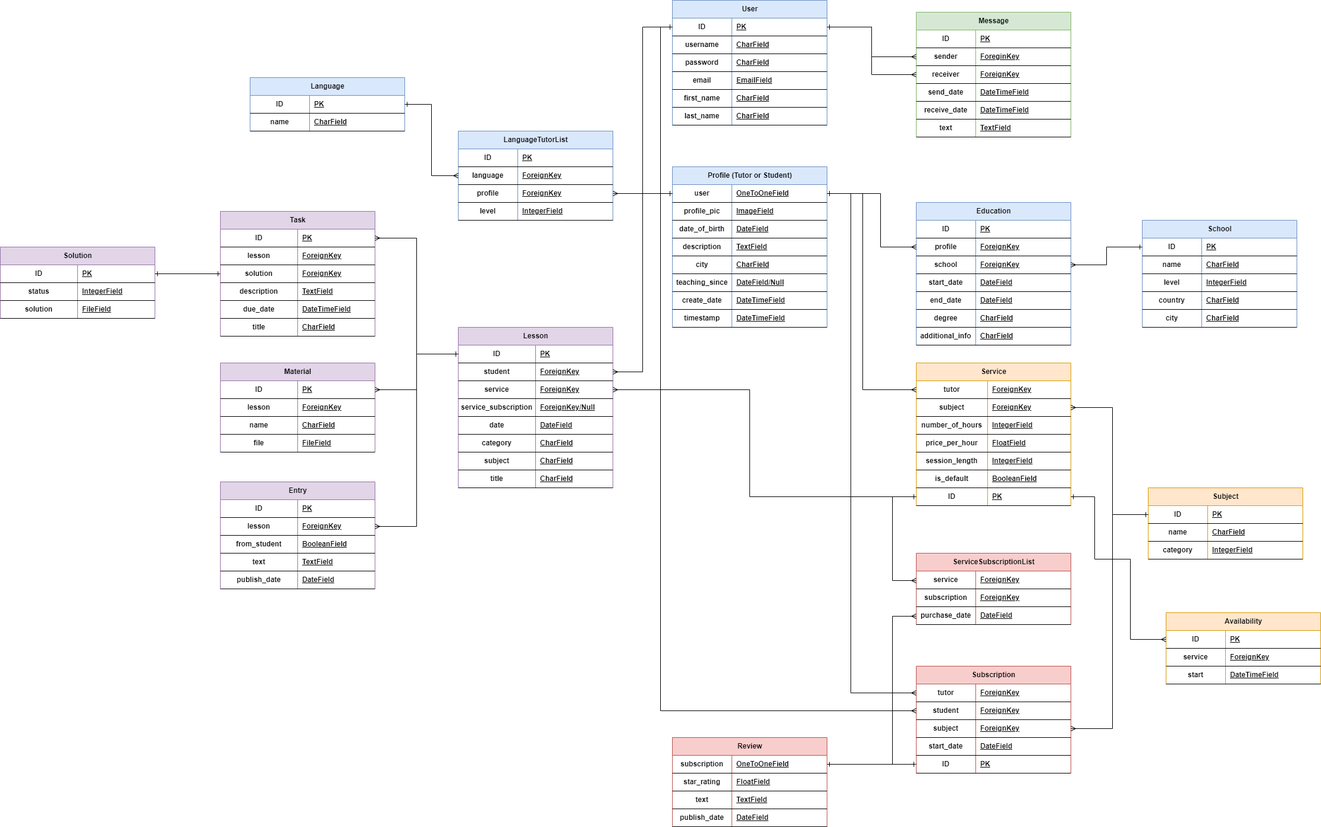
This is docs/db-diagram.png from maciej185/tutoring-app, a draw.io export, as it was before one commit. Source tidied: cells renumbered, new cells last; positions are measured from the earlier drawing's top-left corner, leaving out a move shared by most shapes.
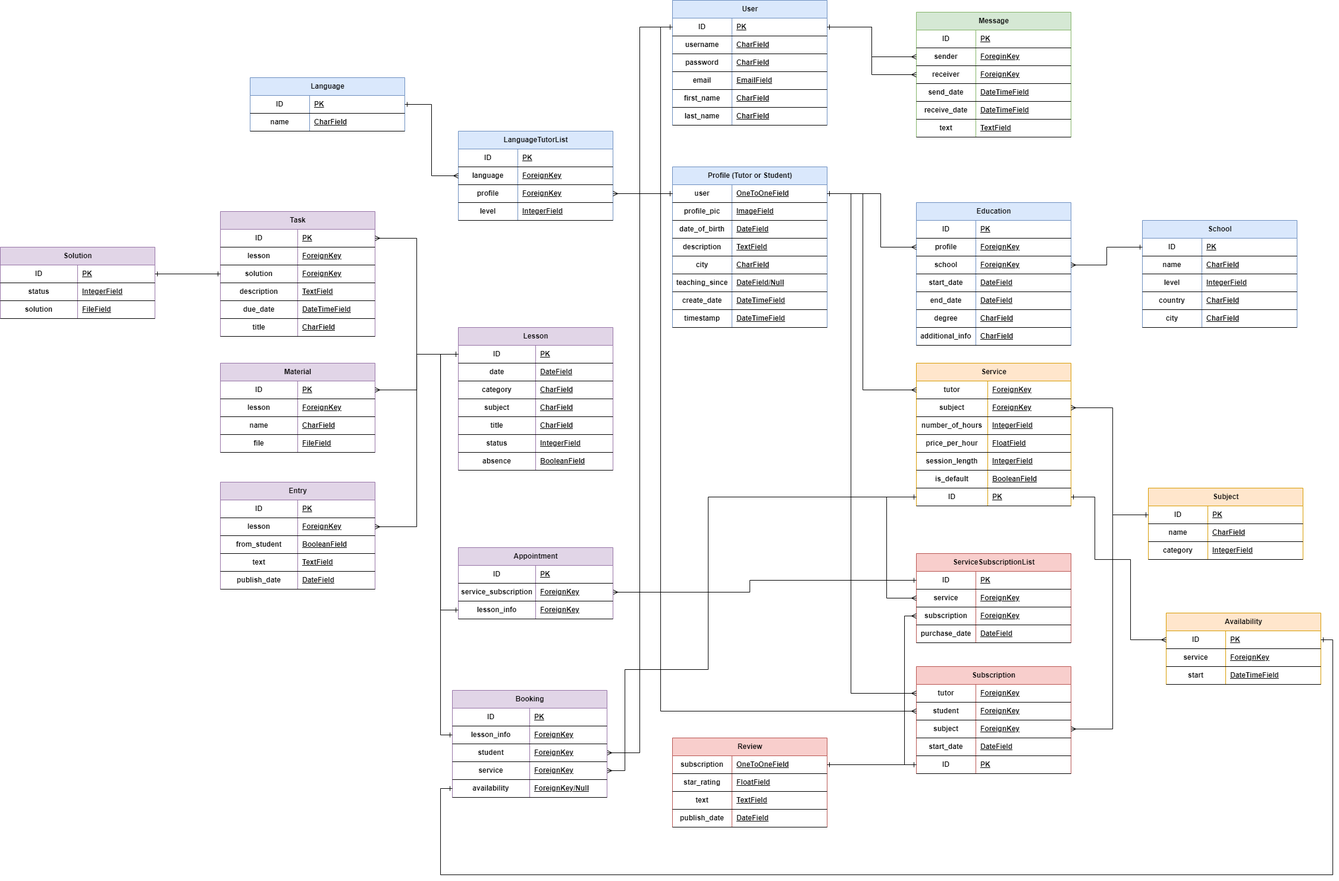
After the commit.

What changed in the source:
```diff
@@ -483,6 +483,15 @@
     <mxCell id="153" value="ServiceSubscriptionList" style="shape=table;startSize=30;rowLines=0;fontStyle=1;align=center;html=1;fillColor=#f8cecc;strokeColor=#b85450;" parent="1" vertex="1">
-      <mxGeometry x="1540" y="930" width="260" height="120" as="geometry" />
+      <mxGeometry x="1540" y="930" width="260" height="150" as="geometry" />
     </mxCell>
+    <mxCell id="309" style="shape=tableRow;horizontal=0;startSize=0;swimlaneHead=0;swimlaneBody=0;fillColor=none;points=[[0,0.5],[1,0.5]];portConstraint=eastwest;top=0;left=0;right=0;bottom=1;" parent="153" vertex="1">
+      <mxGeometry y="30" width="260" height="30" as="geometry" />
+    </mxCell>
+    <mxCell id="310" value="ID" style="shape=partialRectangle;fillColor=none;top=0;left=0;bottom=0;right=0;fontStyle=1;overflow=hidden;whiteSpace=wrap;html=1;" parent="309" vertex="1">
+      <mxGeometry width="100" height="30" as="geometry" />
+    </mxCell>
+    <mxCell id="311" value="PK" style="shape=partialRectangle;fillColor=none;top=0;left=0;bottom=0;right=0;align=left;spacingLeft=6;fontStyle=5;overflow=hidden;whiteSpace=wrap;html=1;" parent="309" vertex="1">
+      <mxGeometry x="100" width="160" height="30" as="geometry" />
+    </mxCell>
     <mxCell id="154" style="shape=tableRow;horizontal=0;startSize=0;swimlaneHead=0;swimlaneBody=0;fillColor=none;points=[[0,0.5],[1,0.5]];portConstraint=eastwest;top=0;left=0;right=0;bottom=1;" parent="153" vertex="1">
-      <mxGeometry y="30" width="260" height="30" as="geometry" />
+      <mxGeometry y="60" width="260" height="30" as="geometry" />
     </mxCell>
@@ -495,3 +504,3 @@
     <mxCell id="157" style="shape=tableRow;horizontal=0;startSize=0;swimlaneHead=0;swimlaneBody=0;fillColor=none;points=[[0,0.5],[1,0.5]];portConstraint=eastwest;top=0;left=0;right=0;bottom=1;" parent="153" vertex="1">
-      <mxGeometry y="60" width="260" height="30" as="geometry" />
+      <mxGeometry y="90" width="260" height="30" as="geometry" />
     </mxCell>
@@ -504,3 +513,3 @@
     <mxCell id="160" style="shape=tableRow;horizontal=0;startSize=0;swimlaneHead=0;swimlaneBody=0;fillColor=none;points=[[0,0.5],[1,0.5]];portConstraint=eastwest;top=0;left=0;right=0;bottom=1;" parent="153" vertex="1">
-      <mxGeometry y="90" width="260" height="30" as="geometry" />
+      <mxGeometry y="120" width="260" height="30" as="geometry" />
     </mxCell>
@@ -515,5 +524,4 @@
         <Array as="points">
-          <mxPoint x="1500" y="835" />
-          <mxPoint x="1500" y="976" />
-          <mxPoint x="1540" y="976" />
+          <mxPoint x="1490" y="835" />
+          <mxPoint x="1490" y="1005" />
         </Array>
@@ -521,13 +529,4 @@
     </mxCell>
-    <mxCell id="164" style="edgeStyle=orthogonalEdgeStyle;rounded=0;jettySize=auto;html=1;exitX=0;exitY=0.5;exitDx=0;exitDy=0;entryX=0;entryY=0.5;entryDx=0;entryDy=0;startArrow=ERone;startFill=0;endArrow=ERmany;endFill=0;" parent="1" edge="1" source="100" target="160">
-      <mxGeometry relative="1" as="geometry">
-        <Array as="points">
-          <mxPoint x="1500" y="1285" />
-          <mxPoint x="1500" y="1036" />
-          <mxPoint x="1540" y="1036" />
-        </Array>
-      </mxGeometry>
-    </mxCell>
     <mxCell id="165" value="Lesson" style="shape=table;startSize=30;rowLines=0;fontStyle=1;align=center;html=1;fillColor=#e1d5e7;strokeColor=#9673a6;" parent="1" vertex="1">
-      <mxGeometry x="770" y="550" width="260" height="270" as="geometry" />
+      <mxGeometry x="770" y="550" width="260" height="240" as="geometry" />
     </mxCell>
@@ -542,31 +541,4 @@
     </mxCell>
-    <mxCell id="169" style="shape=tableRow;horizontal=0;startSize=0;swimlaneHead=0;swimlaneBody=0;fillColor=none;points=[[0,0.5],[1,0.5]];portConstraint=eastwest;top=0;left=0;right=0;bottom=1;" parent="165" vertex="1">
-      <mxGeometry y="60" width="260" height="30" as="geometry" />
-    </mxCell>
-    <mxCell id="170" value="student" style="shape=partialRectangle;fillColor=none;top=0;left=0;bottom=0;right=0;fontStyle=1;overflow=hidden;whiteSpace=wrap;html=1;" parent="169" vertex="1">
-      <mxGeometry width="130" height="30" as="geometry" />
-    </mxCell>
-    <mxCell id="171" value="ForeignKey" style="shape=partialRectangle;fillColor=none;top=0;left=0;bottom=0;right=0;align=left;spacingLeft=6;fontStyle=5;overflow=hidden;whiteSpace=wrap;html=1;" parent="169" vertex="1">
-      <mxGeometry x="130" width="130" height="30" as="geometry" />
-    </mxCell>
-    <mxCell id="172" style="shape=tableRow;horizontal=0;startSize=0;swimlaneHead=0;swimlaneBody=0;fillColor=none;points=[[0,0.5],[1,0.5]];portConstraint=eastwest;top=0;left=0;right=0;bottom=1;" parent="165" vertex="1">
-      <mxGeometry y="90" width="260" height="30" as="geometry" />
-    </mxCell>
-    <mxCell id="173" value="service" style="shape=partialRectangle;fillColor=none;top=0;left=0;bottom=0;right=0;fontStyle=1;overflow=hidden;whiteSpace=wrap;html=1;" parent="172" vertex="1">
-      <mxGeometry width="130" height="30" as="geometry" />
-    </mxCell>
-    <mxCell id="174" value="ForeignKey" style="shape=partialRectangle;fillColor=none;top=0;left=0;bottom=0;right=0;align=left;spacingLeft=6;fontStyle=5;overflow=hidden;whiteSpace=wrap;html=1;" parent="172" vertex="1">
-      <mxGeometry x="130" width="130" height="30" as="geometry" />
-    </mxCell>
-    <mxCell id="175" style="shape=tableRow;horizontal=0;startSize=0;swimlaneHead=0;swimlaneBody=0;fillColor=none;points=[[0,0.5],[1,0.5]];portConstraint=eastwest;top=0;left=0;right=0;bottom=1;" parent="165" vertex="1">
-      <mxGeometry y="120" width="260" height="30" as="geometry" />
-    </mxCell>
-    <mxCell id="176" value="service_subscription" style="shape=partialRectangle;fillColor=none;top=0;left=0;bottom=0;right=0;fontStyle=1;overflow=hidden;whiteSpace=wrap;html=1;" parent="175" vertex="1">
-      <mxGeometry width="130" height="30" as="geometry" />
-    </mxCell>
-    <mxCell id="177" value="ForeignKey/Null" style="shape=partialRectangle;fillColor=none;top=0;left=0;bottom=0;right=0;align=left;spacingLeft=6;fontStyle=5;overflow=hidden;whiteSpace=wrap;html=1;" parent="175" vertex="1">
-      <mxGeometry x="130" width="130" height="30" as="geometry" />
-    </mxCell>
     <mxCell id="178" style="shape=tableRow;horizontal=0;startSize=0;swimlaneHead=0;swimlaneBody=0;fillColor=none;top=0;left=0;right=0;bottom=1;" parent="165" vertex="1">
-      <mxGeometry y="150" width="260" height="30" as="geometry" />
+      <mxGeometry y="60" width="260" height="30" as="geometry" />
     </mxCell>
@@ -579,3 +551,3 @@
     <mxCell id="181" style="shape=tableRow;horizontal=0;startSize=0;swimlaneHead=0;swimlaneBody=0;fillColor=none;top=0;left=0;right=0;bottom=1;" parent="165" vertex="1">
-      <mxGeometry y="180" width="260" height="30" as="geometry" />
+      <mxGeometry y="90" width="260" height="30" as="geometry" />
     </mxCell>
@@ -588,3 +560,3 @@
     <mxCell id="184" style="shape=tableRow;horizontal=0;startSize=0;swimlaneHead=0;swimlaneBody=0;fillColor=none;top=0;left=0;right=0;bottom=1;" parent="165" vertex="1">
-      <mxGeometry y="210" width="260" height="30" as="geometry" />
+      <mxGeometry y="120" width="260" height="30" as="geometry" />
     </mxCell>
@@ -597,3 +569,3 @@
     <mxCell id="187" style="shape=tableRow;horizontal=0;startSize=0;swimlaneHead=0;swimlaneBody=0;fillColor=none;top=0;left=0;right=0;bottom=1;" parent="165" vertex="1">
-      <mxGeometry y="240" width="260" height="30" as="geometry" />
+      <mxGeometry y="150" width="260" height="30" as="geometry" />
     </mxCell>
@@ -605,6 +577,24 @@
     </mxCell>
+    <mxCell id="312" style="shape=tableRow;horizontal=0;startSize=0;swimlaneHead=0;swimlaneBody=0;fillColor=none;top=0;left=0;right=0;bottom=1;" parent="165" vertex="1">
+      <mxGeometry y="180" width="260" height="30" as="geometry" />
+    </mxCell>
+    <mxCell id="313" value="status" style="shape=partialRectangle;fillColor=none;top=0;left=0;bottom=0;right=0;fontStyle=1;overflow=hidden;whiteSpace=wrap;html=1;" parent="312" vertex="1">
+      <mxGeometry width="130" height="30" as="geometry" />
+    </mxCell>
+    <mxCell id="314" value="IntegerField" style="shape=partialRectangle;fillColor=none;top=0;left=0;bottom=0;right=0;align=left;spacingLeft=6;fontStyle=5;overflow=hidden;whiteSpace=wrap;html=1;" parent="312" vertex="1">
+      <mxGeometry x="130" width="130" height="30" as="geometry" />
+    </mxCell>
+    <mxCell id="315" style="shape=tableRow;horizontal=0;startSize=0;swimlaneHead=0;swimlaneBody=0;fillColor=none;top=0;left=0;right=0;bottom=1;" parent="165" vertex="1">
+      <mxGeometry y="210" width="260" height="30" as="geometry" />
+    </mxCell>
+    <mxCell id="316" value="absence" style="shape=partialRectangle;fillColor=none;top=0;left=0;bottom=0;right=0;fontStyle=1;overflow=hidden;whiteSpace=wrap;html=1;" parent="315" vertex="1">
+      <mxGeometry width="130" height="30" as="geometry" />
+    </mxCell>
+    <mxCell id="317" value="BooleanField" style="shape=partialRectangle;fillColor=none;top=0;left=0;bottom=0;right=0;align=left;spacingLeft=6;fontStyle=5;overflow=hidden;whiteSpace=wrap;html=1;" parent="315" vertex="1">
+      <mxGeometry x="130" width="130" height="30" as="geometry" />
+    </mxCell>
-    <mxCell id="190" style="edgeStyle=orthogonalEdgeStyle;rounded=0;jettySize=auto;html=1;exitX=0;exitY=0.5;exitDx=0;exitDy=0;entryX=1;entryY=0.5;entryDx=0;entryDy=0;startArrow=ERone;startFill=0;endArrow=ERmany;endFill=0;" parent="1" edge="1" source="3" target="169">
+    <mxCell id="190" style="edgeStyle=orthogonalEdgeStyle;rounded=0;jettySize=auto;html=1;exitX=0;exitY=0.5;exitDx=0;exitDy=0;entryX=1;entryY=0.5;entryDx=0;entryDy=0;startArrow=ERone;startFill=0;endArrow=ERmany;endFill=0;" parent="1" edge="1" source="3" target="327">
       <mxGeometry relative="1" as="geometry" />
     </mxCell>
-    <mxCell id="191" style="edgeStyle=orthogonalEdgeStyle;rounded=0;jettySize=auto;html=1;entryX=1;entryY=0.5;entryDx=0;entryDy=0;startArrow=ERone;startFill=0;endArrow=ERmany;endFill=0;" parent="1" edge="1" target="172">
+    <mxCell id="191" style="edgeStyle=orthogonalEdgeStyle;rounded=0;jettySize=auto;html=1;entryX=1;entryY=0.5;entryDx=0;entryDy=0;startArrow=ERone;startFill=0;endArrow=ERmany;endFill=0;" parent="1" edge="1" target="175">
       <mxGeometry relative="1" as="geometry">
@@ -612,4 +602,6 @@
         <Array as="points">
-          <mxPoint x="1260" y="835" />
-          <mxPoint x="1260" y="655" />
+          <mxPoint x="1190" y="835" />
+          <mxPoint x="1190" y="1125" />
+          <mxPoint x="1050" y="1125" />
+          <mxPoint x="1050" y="1295" />
         </Array>
@@ -975,2 +967,112 @@
     </mxCell>
+    <mxCell id="318" style="edgeStyle=orthogonalEdgeStyle;rounded=0;jettySize=auto;html=1;exitX=0;exitY=0.5;exitDx=0;exitDy=0;entryX=0;entryY=0.5;entryDx=0;entryDy=0;endArrow=ERmany;endFill=0;startArrow=ERone;startFill=0;" parent="1" edge="1" source="100" target="157">
+      <mxGeometry relative="1" as="geometry" />
+    </mxCell>
+    <mxCell id="319" style="edgeStyle=orthogonalEdgeStyle;rounded=0;jettySize=auto;html=1;exitX=0;exitY=0.5;exitDx=0;exitDy=0;entryX=1;entryY=0.5;entryDx=0;entryDy=0;endArrow=ERmany;endFill=0;startArrow=ERone;startFill=0;" parent="1" edge="1" source="309" target="338">
+      <mxGeometry relative="1" as="geometry">
+        <Array as="points">
+          <mxPoint x="1260" y="975" />
+          <mxPoint x="1260" y="995" />
+        </Array>
+      </mxGeometry>
+    </mxCell>
+    <mxCell id="320" value="Booking" style="shape=table;startSize=30;rowLines=0;fontStyle=1;align=center;html=1;fillColor=#e1d5e7;strokeColor=#9673a6;" parent="1" vertex="1">
+      <mxGeometry x="760" y="1160" width="260" height="180" as="geometry" />
+    </mxCell>
+    <mxCell id="321" style="shape=tableRow;horizontal=0;startSize=0;swimlaneHead=0;swimlaneBody=0;fillColor=none;top=0;left=0;right=0;bottom=1;" parent="320" vertex="1">
+      <mxGeometry y="30" width="260" height="30" as="geometry" />
+    </mxCell>
+    <mxCell id="322" value="ID" style="shape=partialRectangle;fillColor=none;top=0;left=0;bottom=0;right=0;fontStyle=1;overflow=hidden;whiteSpace=wrap;html=1;" parent="321" vertex="1">
+      <mxGeometry width="130" height="30" as="geometry" />
+    </mxCell>
+    <mxCell id="323" value="PK" style="shape=partialRectangle;fillColor=none;top=0;left=0;bottom=0;right=0;align=left;spacingLeft=6;fontStyle=5;overflow=hidden;whiteSpace=wrap;html=1;" parent="321" vertex="1">
+      <mxGeometry x="130" width="130" height="30" as="geometry" />
+    </mxCell>
+    <mxCell id="324" style="shape=tableRow;horizontal=0;startSize=0;swimlaneHead=0;swimlaneBody=0;fillColor=none;points=[[0,0.5],[1,0.5]];portConstraint=eastwest;top=0;left=0;right=0;bottom=1;" parent="320" vertex="1">
+      <mxGeometry y="60" width="260" height="30" as="geometry" />
+    </mxCell>
+    <mxCell id="325" value="lesson_info" style="shape=partialRectangle;fillColor=none;top=0;left=0;bottom=0;right=0;fontStyle=1;overflow=hidden;whiteSpace=wrap;html=1;" parent="324" vertex="1">
+      <mxGeometry width="130" height="30" as="geometry" />
+    </mxCell>
+    <mxCell id="326" value="ForeignKey" style="shape=partialRectangle;fillColor=none;top=0;left=0;bottom=0;right=0;align=left;spacingLeft=6;fontStyle=5;overflow=hidden;whiteSpace=wrap;html=1;" parent="324" vertex="1">
+      <mxGeometry x="130" width="130" height="30" as="geometry" />
+    </mxCell>
+    <mxCell id="327" style="shape=tableRow;horizontal=0;startSize=0;swimlaneHead=0;swimlaneBody=0;fillColor=none;points=[[0,0.5],[1,0.5]];portConstraint=eastwest;top=0;left=0;right=0;bottom=1;" parent="320" vertex="1">
+      <mxGeometry y="90" width="260" height="30" as="geometry" />
+    </mxCell>
+    <mxCell id="170" value="student" style="shape=partialRectangle;fillColor=none;top=0;left=0;bottom=0;right=0;fontStyle=1;overflow=hidden;whiteSpace=wrap;html=1;" parent="327" vertex="1">
+      <mxGeometry width="130" height="30" as="geometry" />
+    </mxCell>
+    <mxCell id="328" value="ForeignKey" style="shape=partialRectangle;fillColor=none;top=0;left=0;bottom=0;right=0;align=left;spacingLeft=6;fontStyle=5;overflow=hidden;whiteSpace=wrap;html=1;" parent="327" vertex="1">
+      <mxGeometry x="130" width="130" height="30" as="geometry" />
+    </mxCell>
+    <mxCell id="175" style="shape=tableRow;horizontal=0;startSize=0;swimlaneHead=0;swimlaneBody=0;fillColor=none;points=[[0,0.5],[1,0.5]];portConstraint=eastwest;top=0;left=0;right=0;bottom=1;" parent="320" vertex="1">
+      <mxGeometry y="120" width="260" height="30" as="geometry" />
+    </mxCell>
+    <mxCell id="173" value="service" style="shape=partialRectangle;fillColor=none;top=0;left=0;bottom=0;right=0;fontStyle=1;overflow=hidden;whiteSpace=wrap;html=1;" parent="175" vertex="1">
+      <mxGeometry width="130" height="30" as="geometry" />
+    </mxCell>
+    <mxCell id="329" value="ForeignKey" style="shape=partialRectangle;fillColor=none;top=0;left=0;bottom=0;right=0;align=left;spacingLeft=6;fontStyle=5;overflow=hidden;whiteSpace=wrap;html=1;" parent="175" vertex="1">
+      <mxGeometry x="130" width="130" height="30" as="geometry" />
+    </mxCell>
+    <mxCell id="330" style="shape=tableRow;horizontal=0;startSize=0;swimlaneHead=0;swimlaneBody=0;fillColor=none;points=[[0,0.5],[1,0.5]];portConstraint=eastwest;top=0;left=0;right=0;bottom=1;" parent="320" vertex="1">
+      <mxGeometry y="150" width="260" height="30" as="geometry" />
+    </mxCell>
+    <mxCell id="331" value="availability" style="shape=partialRectangle;fillColor=none;top=0;left=0;bottom=0;right=0;fontStyle=1;overflow=hidden;whiteSpace=wrap;html=1;" parent="330" vertex="1">
+      <mxGeometry width="130" height="30" as="geometry" />
+    </mxCell>
+    <mxCell id="177" value="ForeignKey/Null" style="shape=partialRectangle;fillColor=none;top=0;left=0;bottom=0;right=0;align=left;spacingLeft=6;fontStyle=5;overflow=hidden;whiteSpace=wrap;html=1;" parent="330" vertex="1">
+      <mxGeometry x="130" width="130" height="30" as="geometry" />
+    </mxCell>
+    <mxCell id="332" style="edgeStyle=orthogonalEdgeStyle;rounded=0;jettySize=auto;html=1;exitX=0;exitY=0.5;exitDx=0;exitDy=0;entryX=0;entryY=0.5;entryDx=0;entryDy=0;startArrow=ERone;startFill=0;endArrow=ERone;endFill=0;" parent="1" edge="1" source="166" target="324">
+      <mxGeometry relative="1" as="geometry" />
+    </mxCell>
+    <mxCell id="333" style="edgeStyle=orthogonalEdgeStyle;rounded=0;jettySize=auto;html=1;exitX=1;exitY=0.5;exitDx=0;exitDy=0;entryX=0;entryY=0.5;entryDx=0;entryDy=0;startArrow=ERone;startFill=0;endArrow=ERone;endFill=0;" parent="1" edge="1" source="245" target="330">
+      <mxGeometry relative="1" as="geometry">
+        <Array as="points">
+          <mxPoint x="2240" y="1075" />
+          <mxPoint x="2240" y="1470" />
+          <mxPoint x="740" y="1470" />
+          <mxPoint x="740" y="1325" />
+        </Array>
+      </mxGeometry>
+    </mxCell>
+    <mxCell id="334" value="Appointment" style="shape=table;startSize=30;rowLines=0;fontStyle=1;align=center;html=1;fillColor=#e1d5e7;strokeColor=#9673a6;" parent="1" vertex="1">
+      <mxGeometry x="770" y="920" width="260" height="120" as="geometry" />
+    </mxCell>
+    <mxCell id="335" style="shape=tableRow;horizontal=0;startSize=0;swimlaneHead=0;swimlaneBody=0;fillColor=none;top=0;left=0;right=0;bottom=1;" parent="334" vertex="1">
+      <mxGeometry y="30" width="260" height="30" as="geometry" />
+    </mxCell>
+    <mxCell id="336" value="ID" style="shape=partialRectangle;fillColor=none;top=0;left=0;bottom=0;right=0;fontStyle=1;overflow=hidden;whiteSpace=wrap;html=1;" parent="335" vertex="1">
+      <mxGeometry width="130" height="30" as="geometry" />
+    </mxCell>
+    <mxCell id="337" value="PK" style="shape=partialRectangle;fillColor=none;top=0;left=0;bottom=0;right=0;align=left;spacingLeft=6;fontStyle=5;overflow=hidden;whiteSpace=wrap;html=1;" parent="335" vertex="1">
+      <mxGeometry x="130" width="130" height="30" as="geometry" />
+    </mxCell>
+    <mxCell id="338" style="shape=tableRow;horizontal=0;startSize=0;swimlaneHead=0;swimlaneBody=0;fillColor=none;points=[[0,0.5],[1,0.5]];portConstraint=eastwest;top=0;left=0;right=0;bottom=1;" parent="334" vertex="1">
+      <mxGeometry y="60" width="260" height="30" as="geometry" />
+    </mxCell>
+    <mxCell id="176" value="service_subscription" style="shape=partialRectangle;fillColor=none;top=0;left=0;bottom=0;right=0;fontStyle=1;overflow=hidden;whiteSpace=wrap;html=1;" parent="338" vertex="1">
+      <mxGeometry width="130" height="30" as="geometry" />
+    </mxCell>
+    <mxCell id="339" value="ForeignKey" style="shape=partialRectangle;fillColor=none;top=0;left=0;bottom=0;right=0;align=left;spacingLeft=6;fontStyle=5;overflow=hidden;whiteSpace=wrap;html=1;" parent="338" vertex="1">
+      <mxGeometry x="130" width="130" height="30" as="geometry" />
+    </mxCell>
+    <mxCell id="340" style="shape=tableRow;horizontal=0;startSize=0;swimlaneHead=0;swimlaneBody=0;fillColor=none;points=[[0,0.5],[1,0.5]];portConstraint=eastwest;top=0;left=0;right=0;bottom=1;" parent="334" vertex="1">
+      <mxGeometry y="90" width="260" height="30" as="geometry" />
+    </mxCell>
+    <mxCell id="341" value="lesson_info" style="shape=partialRectangle;fillColor=none;top=0;left=0;bottom=0;right=0;fontStyle=1;overflow=hidden;whiteSpace=wrap;html=1;" parent="340" vertex="1">
+      <mxGeometry width="130" height="30" as="geometry" />
+    </mxCell>
+    <mxCell id="342" value="ForeignKey" style="shape=partialRectangle;fillColor=none;top=0;left=0;bottom=0;right=0;align=left;spacingLeft=6;fontStyle=5;overflow=hidden;whiteSpace=wrap;html=1;" parent="340" vertex="1">
+      <mxGeometry x="130" width="130" height="30" as="geometry" />
+    </mxCell>
+    <mxCell id="343" style="edgeStyle=orthogonalEdgeStyle;rounded=0;jettySize=auto;html=1;exitX=0;exitY=0.5;exitDx=0;exitDy=0;entryX=0;entryY=0.5;entryDx=0;entryDy=0;startArrow=ERone;startFill=0;endArrow=ERone;endFill=0;" parent="1" edge="1" source="166" target="340">
+      <mxGeometry relative="1" as="geometry">
+        <Array as="points">
+          <mxPoint x="740" y="595" />
+          <mxPoint x="740" y="1025" />
+        </Array>
+      </mxGeometry>
+    </mxCell>
   </root>
```
